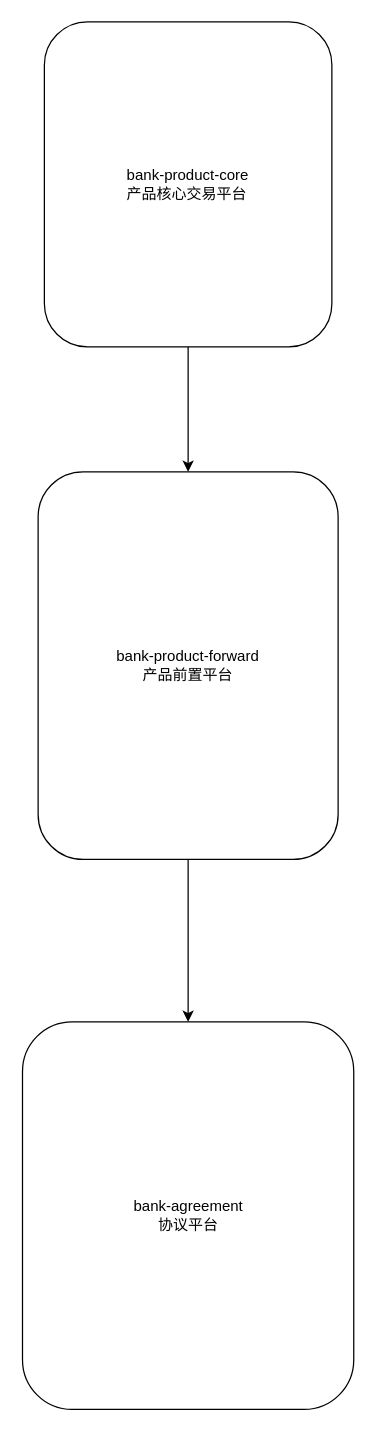
Earlier version of the draw.io diagram Untitled Diagram.drawio (WhyAreYouSoHandsome/Git). Source tidied: cells renumbered, new cells numbered last; positions are measured from the earlier drawing's top-left corner, leaving out a move shared by most shapes. Both pictures are drawn from the tidied source at 125%, with x=0, y=0 at pixel (22, 21).
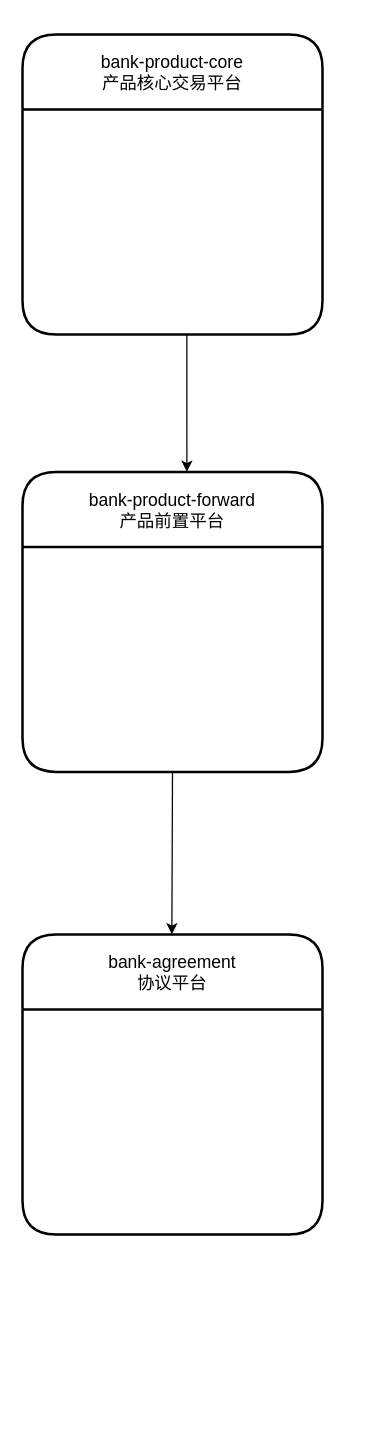
Above is the later version.

What changed in the source:
```diff
@@
 <mxGraphModel>
   <root>
     <mxCell id="0" />
     <mxCell id="1" parent="0" />
-    <mxCell id="2" style="edgeStyle=orthogonalEdgeStyle;rounded=0;jettySize=auto;html=1;" parent="1" edge="1" source="3" target="6">
-      <mxGeometry relative="1" as="geometry" />
-    </mxCell>
-    <mxCell id="3" value="bank-product-forward&lt;br&gt;产品前置平台" style="rounded=1;whiteSpace=wrap;html=1;" parent="1" vertex="1">
-      <mxGeometry x="12" y="360" width="240" height="310" as="geometry" />
-    </mxCell>
-    <mxCell id="4" style="edgeStyle=orthogonalEdgeStyle;rounded=0;jettySize=auto;html=1;" parent="1" edge="1" source="5" target="3">
-      <mxGeometry relative="1" as="geometry" />
+    <mxCell id="4" style="edgeStyle=orthogonalEdgeStyle;rounded=0;jettySize=auto;html=1;entryX=0.548;entryY=0;entryDx=0;entryDy=0;entryPerimeter=0;" parent="1" edge="1" target="3">
+      <mxGeometry relative="1" as="geometry">
+        <mxPoint x="131" y="250" as="sourcePoint" />
+        <Array as="points">
+          <mxPoint x="131" y="290" />
+          <mxPoint x="131" y="290" />
+        </Array>
+      </mxGeometry>
     </mxCell>
-    <mxCell id="5" value="&lt;h5 style=&quot;text-align: justify&quot;&gt;&lt;div style=&quot;text-align: justify&quot;&gt;&lt;span style=&quot;font-size: 12px ; font-weight: 400 ; text-align: center&quot;&gt;bank-product-core&lt;/span&gt;&lt;/div&gt;&lt;span style=&quot;font-size: 12px ; font-weight: 400 ; text-align: center&quot;&gt;&lt;div style=&quot;text-align: justify&quot;&gt;&lt;span&gt;产品核心交易平台&lt;/span&gt;&lt;/div&gt;&lt;/span&gt;&lt;/h5&gt;&lt;div style=&quot;text-align: justify&quot;&gt;&lt;/div&gt;" style="rounded=1;whiteSpace=wrap;html=1;" parent="1" vertex="1">
-      <mxGeometry x="17" width="230" height="260" as="geometry" />
+    <mxCell id="5" value="bank-product-core&#10;产品核心交易平台" style="swimlane;horizontal=1;startSize=60;rounded=1;fontSize=14;fontStyle=0;strokeWidth=2;shadow=0;dashed=0;align=center;" parent="1" vertex="1">
+      <mxGeometry x="-0.5" y="10" width="240" height="240" as="geometry" />
     </mxCell>
+    <mxCell id="3" value="bank-product-forward&#10;产品前置平台" style="swimlane;horizontal=1;startSize=60;rounded=1;fontSize=14;fontStyle=0;strokeWidth=2;shadow=0;dashed=0;align=center;" parent="1" vertex="1">
+      <mxGeometry x="-0.5" y="360" width="240" height="240" as="geometry" />
+    </mxCell>
-    <mxCell id="6" value="bank-agreement&lt;br&gt;协议平台" style="rounded=1;whiteSpace=wrap;html=1;" parent="1" vertex="1">
-      <mxGeometry x="-0.5" y="800" width="265" height="310" as="geometry" />
+    <mxCell id="6" value="bank-agreement&#10;协议平台" style="swimlane;horizontal=1;startSize=60;rounded=1;fontSize=14;fontStyle=0;strokeWidth=2;shadow=0;dashed=0;align=center;" parent="1" vertex="1">
+      <mxGeometry x="-0.5" y="730" width="240" height="240" as="geometry" />
     </mxCell>
+    <mxCell id="7" style="edgeStyle=orthogonalEdgeStyle;rounded=0;jettySize=auto;html=1;exitX=0.5;exitY=1;exitDx=0;exitDy=0;" parent="1" edge="1" source="3">
+      <mxGeometry relative="1" as="geometry">
+        <mxPoint x="119" y="730" as="targetPoint" />
+      </mxGeometry>
+    </mxCell>
   </root>
 </mxGraphModel>
```
